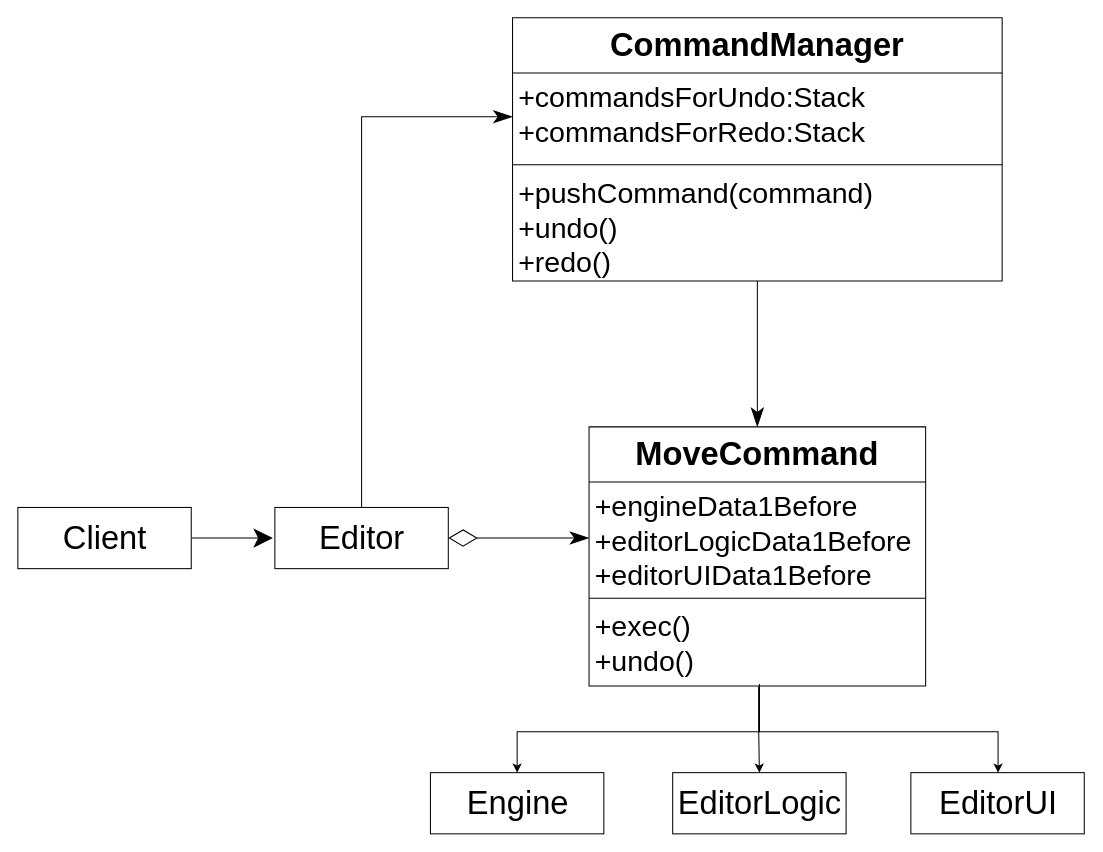
yyc-git/3DProgramPattern keeps this draw.io diagram as packages/撤销重做模式/story_before/UML.drawio. Above is the earlier version. Source tidied: cells renumbered, new cells numbered last; positions are measured from the earlier drawing's top-left corner, leaving out a move shared by most shapes. Both pictures are drawn from the tidied source at 102%, with x=0, y=0 at pixel (17, 17).
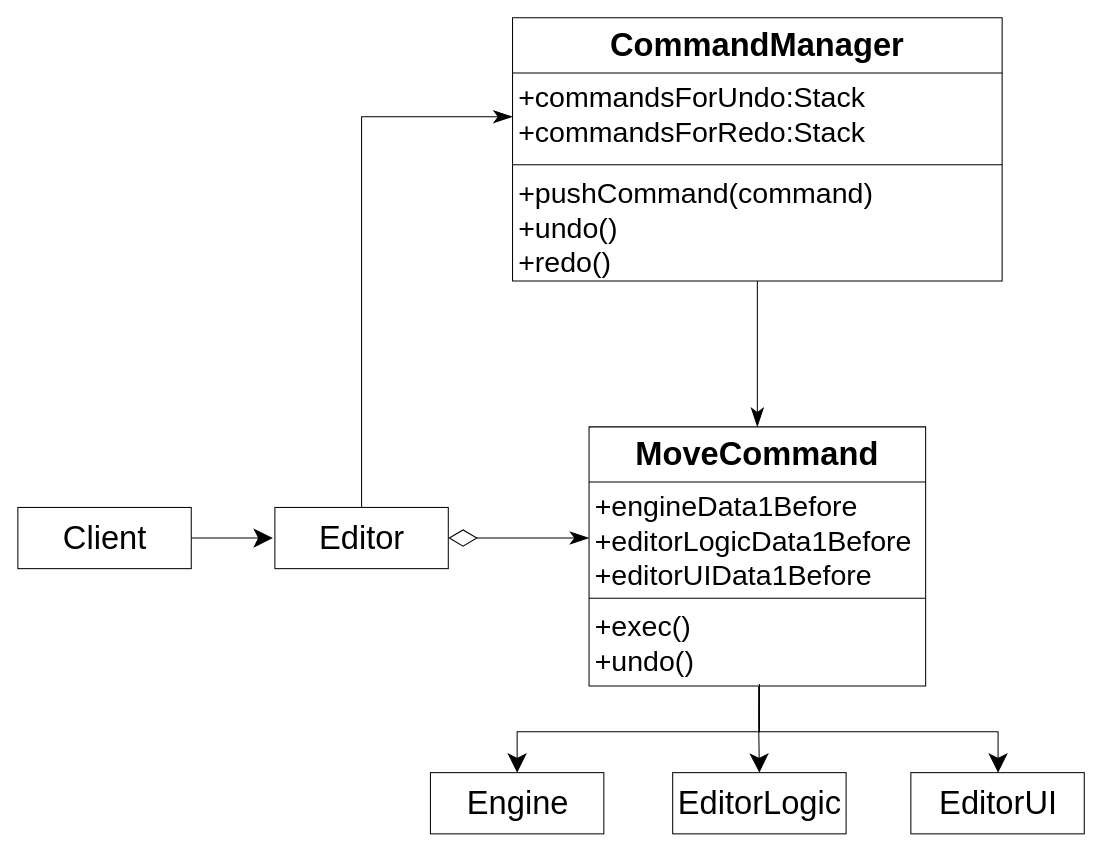
The same page after the edit.

Unchanged cells that the change refers to:
```xml
<mxCell id="4" value="Engine" style="html=1;fontSize=32;" parent="1" vertex="1">
  <mxGeometry x="404.5" y="740" width="170" height="60" as="geometry" />
</mxCell>
<mxCell id="5" value="EditorLogic" style="html=1;fontSize=32;" parent="1" vertex="1">
  <mxGeometry x="642" y="740" width="170" height="60" as="geometry" />
</mxCell>
<mxCell id="6" value="EditorUI" style="html=1;fontSize=32;" parent="1" vertex="1">
  <mxGeometry x="875.5" y="740" width="170" height="60" as="geometry" />
</mxCell>
<mxCell id="20" value="+exec()&#10;+undo()" style="text;strokeColor=none;fillColor=none;align=left;verticalAlign=top;spacingLeft=4;spacingRight=4;overflow=hidden;points=[[0,0.5],[1,0.5]];portConstraint=eastwest;fontSize=28;" parent="17" vertex="1">
  <mxGeometry y="172" width="330" height="82" as="geometry" />
</mxCell>
```

Diff of the diagram source:
```diff
@@
-    <mxCell id="15" style="edgeStyle=orthogonalEdgeStyle;rounded=0;jettySize=auto;html=1;exitX=0.504;exitY=1.006;exitDx=0;exitDy=0;exitPerimeter=0;" parent="1" edge="1" source="20" target="5">
+    <mxCell id="15" style="edgeStyle=orthogonalEdgeStyle;rounded=0;jettySize=auto;html=1;exitX=0.504;exitY=1.006;exitDx=0;exitDy=0;exitPerimeter=0;endSize=16;startSize=16;" parent="1" edge="1" source="20" target="5">
       <mxGeometry relative="1" as="geometry" />
     </mxCell>
-    <mxCell id="16" style="edgeStyle=orthogonalEdgeStyle;rounded=0;jettySize=auto;html=1;entryX=0.5;entryY=0;entryDx=0;entryDy=0;exitX=0.506;exitY=1.006;exitDx=0;exitDy=0;exitPerimeter=0;" parent="1" edge="1" source="20" target="4">
+    <mxCell id="16" style="edgeStyle=orthogonalEdgeStyle;rounded=0;jettySize=auto;html=1;entryX=0.5;entryY=0;entryDx=0;entryDy=0;exitX=0.506;exitY=1.006;exitDx=0;exitDy=0;exitPerimeter=0;endSize=16;startSize=16;" parent="1" edge="1" source="20" target="4">
       <mxGeometry relative="1" as="geometry">
         <Array as="points">
           <mxPoint x="727" y="700" />
           <mxPoint x="490" y="700" />
         </Array>
       </mxGeometry>
     </mxCell>
@@
-    <mxCell id="21" style="edgeStyle=orthogonalEdgeStyle;rounded=0;jettySize=auto;html=1;" parent="1" edge="1" target="6">
+    <mxCell id="21" style="edgeStyle=orthogonalEdgeStyle;rounded=0;jettySize=auto;html=1;endSize=16;startSize=16;" parent="1" edge="1" target="6">
       <mxGeometry relative="1" as="geometry">
         <mxPoint x="727" y="653" as="sourcePoint" />
         <Array as="points">
           <mxPoint x="727" y="700" />
           <mxPoint x="961" y="700" />
         </Array>
       </mxGeometry>
     </mxCell>
```
